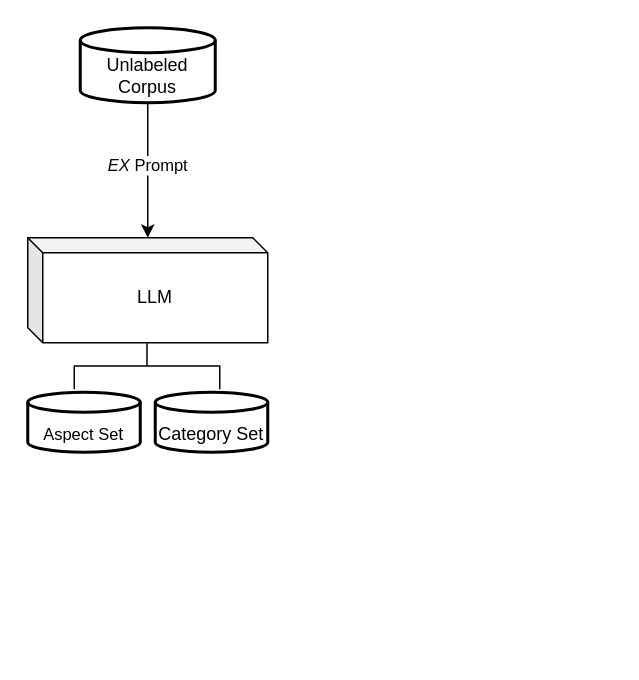
sara-kaczmarek/LLMB4ABSC keeps this draw.io diagram as Untitled Diagram.drawio. Above is the earlier version. Source tidied: cells renumbered, new cells numbered last; positions are measured from the earlier drawing's top-left corner, leaving out a move shared by most shapes. Both pictures are drawn from the tidied source at 150%, with x=0, y=0 at pixel (27, 27).
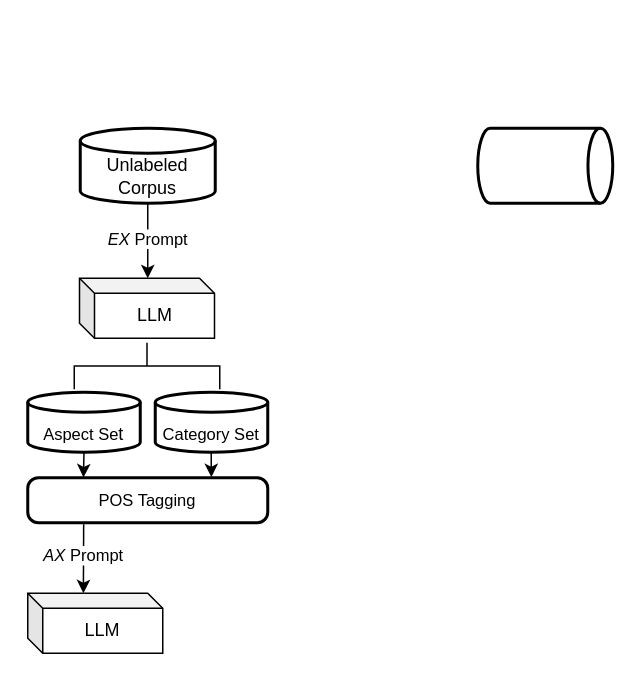
After the change.

Commit message:
Update Data Augmentation Diagram.drawio

What changed in the source:
```diff
@@
 <mxGraphModel>
   <root>
     <mxCell id="0" />
     <mxCell id="1" parent="0" />
     <mxCell id="2" value="LLM" style="shape=cube;whiteSpace=wrap;html=1;boundedLbl=1;backgroundOutline=1;darkOpacity=0.05;darkOpacity2=0.1;size=10;rounded=1;" parent="1" vertex="1">
-      <mxGeometry y="140" width="160" height="70" as="geometry" />
+      <mxGeometry x="34.5" y="167" width="90" height="40" as="geometry" />
     </mxCell>
     <mxCell id="3" value="&lt;div&gt;&lt;br&gt;&lt;/div&gt;&lt;div&gt;&lt;span style=&quot;background-color: transparent; color: light-dark(rgb(0, 0, 0), rgb(255, 255, 255));&quot;&gt;Unlabeled Corpus&lt;/span&gt;&lt;/div&gt;" style="strokeWidth=2;html=1;shape=mxgraph.flowchart.database;whiteSpace=wrap;rounded=1;" parent="1" vertex="1">
-      <mxGeometry x="35" width="90" height="50" as="geometry" />
+      <mxGeometry x="35" y="67" width="90" height="50" as="geometry" />
     </mxCell>
     <mxCell id="4" style="endArrow=classic;html=1;rounded=1;exitX=0.5;exitY=1;exitDx=0;exitDy=0;exitPerimeter=0;" parent="1" edge="1" source="3">
       <mxGeometry relative="1" as="geometry">
-        <mxPoint x="80" y="140" as="targetPoint" />
+        <mxPoint x="80" y="167" as="targetPoint" />
       </mxGeometry>
     </mxCell>
     <mxCell id="5" value="&lt;i&gt;EX&lt;/i&gt; Prompt" style="edgeLabel;html=1;align=center;verticalAlign=middle;rounded=1;" parent="4" vertex="1">
       <mxGeometry x="-0.1" y="-1" relative="1" as="geometry" />
     </mxCell>
     <mxCell id="6" value="&lt;div&gt;&lt;font style=&quot;background-color: transparent; color: light-dark(rgb(0, 0, 0), rgb(255, 255, 255)); font-size: 11px;&quot;&gt;&lt;br&gt;&lt;/font&gt;&lt;/div&gt;&lt;div&gt;&lt;font style=&quot;background-color: transparent; color: light-dark(rgb(0, 0, 0), rgb(255, 255, 255)); font-size: 11px;&quot;&gt;Aspect Se&lt;/font&gt;&lt;span style=&quot;background-color: transparent; color: light-dark(rgb(0, 0, 0), rgb(255, 255, 255));&quot;&gt;t&lt;/span&gt;&lt;/div&gt;" style="strokeWidth=2;html=1;shape=mxgraph.flowchart.database;whiteSpace=wrap;rounded=1;" parent="1" vertex="1">
       <mxGeometry y="243" width="75" height="40" as="geometry" />
     </mxCell>
-    <mxCell id="7" value="&lt;div&gt;&lt;br&gt;&lt;/div&gt;&lt;div&gt;Category Set&lt;/div&gt;" style="strokeWidth=2;html=1;shape=mxgraph.flowchart.database;whiteSpace=wrap;rounded=1;" parent="1" vertex="1">
+    <mxCell id="7" value="&lt;div&gt;&lt;br&gt;&lt;/div&gt;&lt;div&gt;&lt;font style=&quot;font-size: 11px;&quot;&gt;Category Set&lt;/font&gt;&lt;/div&gt;" style="strokeWidth=2;html=1;shape=mxgraph.flowchart.database;whiteSpace=wrap;rounded=1;" parent="1" vertex="1">
       <mxGeometry x="85" y="243" width="75" height="40" as="geometry" />
     </mxCell>
     <mxCell id="8" style="strokeWidth=1;html=1;shape=mxgraph.flowchart.annotation_2;align=left;labelPosition=right;rotation=90;rounded=1;" parent="1" vertex="1">
       <mxGeometry x="64" y="177" width="31" height="97" as="geometry" />
     </mxCell>
+    <mxCell id="9" style="strokeWidth=2;html=1;shape=mxgraph.flowchart.direct_data;whiteSpace=wrap;rounded=1;" parent="1" vertex="1">
+      <mxGeometry x="300" y="67" width="90" height="50" as="geometry" />
+    </mxCell>
+    <mxCell id="10" value="&lt;font style=&quot;font-size: 11px;&quot;&gt;POS Tagging&lt;/font&gt;" style="rounded=1;whiteSpace=wrap;html=1;absoluteArcSize=1;arcSize=14;strokeWidth=2;" parent="1" vertex="1">
+      <mxGeometry y="300" width="160" height="30" as="geometry" />
+    </mxCell>
+    <mxCell id="11" style="endArrow=classic;html=1;rounded=1;exitX=0.5;exitY=1;exitDx=0;exitDy=0;exitPerimeter=0;entryX=0.765;entryY=-0.013;entryDx=0;entryDy=0;entryPerimeter=0;" parent="1" edge="1" target="10">
+      <mxGeometry relative="1" as="geometry">
+        <mxPoint x="122.3" y="283" as="sourcePoint" />
+      </mxGeometry>
+    </mxCell>
+    <mxCell id="12" style="endArrow=classic;html=1;rounded=1;exitX=0.5;exitY=1;exitDx=0;exitDy=0;exitPerimeter=0;entryX=0.232;entryY=-0.008;entryDx=0;entryDy=0;entryPerimeter=0;" parent="1" edge="1" source="6" target="10">
+      <mxGeometry relative="1" as="geometry" />
+    </mxCell>
+    <mxCell id="13" value="LLM" style="shape=cube;whiteSpace=wrap;html=1;boundedLbl=1;backgroundOutline=1;darkOpacity=0.05;darkOpacity2=0.1;size=10;rounded=1;" parent="1" vertex="1">
+      <mxGeometry y="377" width="90" height="40" as="geometry" />
+    </mxCell>
+    <mxCell id="14" style="endArrow=classic;html=1;rounded=1;exitX=0.233;exitY=1.032;exitDx=0;exitDy=0;exitPerimeter=0;" parent="1" edge="1" source="10">
+      <mxGeometry relative="1" as="geometry">
+        <mxPoint x="37.1" y="377" as="targetPoint" />
+      </mxGeometry>
+    </mxCell>
+    <mxCell id="15" value="&lt;i&gt;AX&lt;/i&gt; Prompt" style="edgeLabel;html=1;align=center;verticalAlign=middle;rounded=1;" parent="14" vertex="1">
+      <mxGeometry x="-0.1" y="-1" relative="1" as="geometry" />
+    </mxCell>
   </root>
 </mxGraphModel>
```
